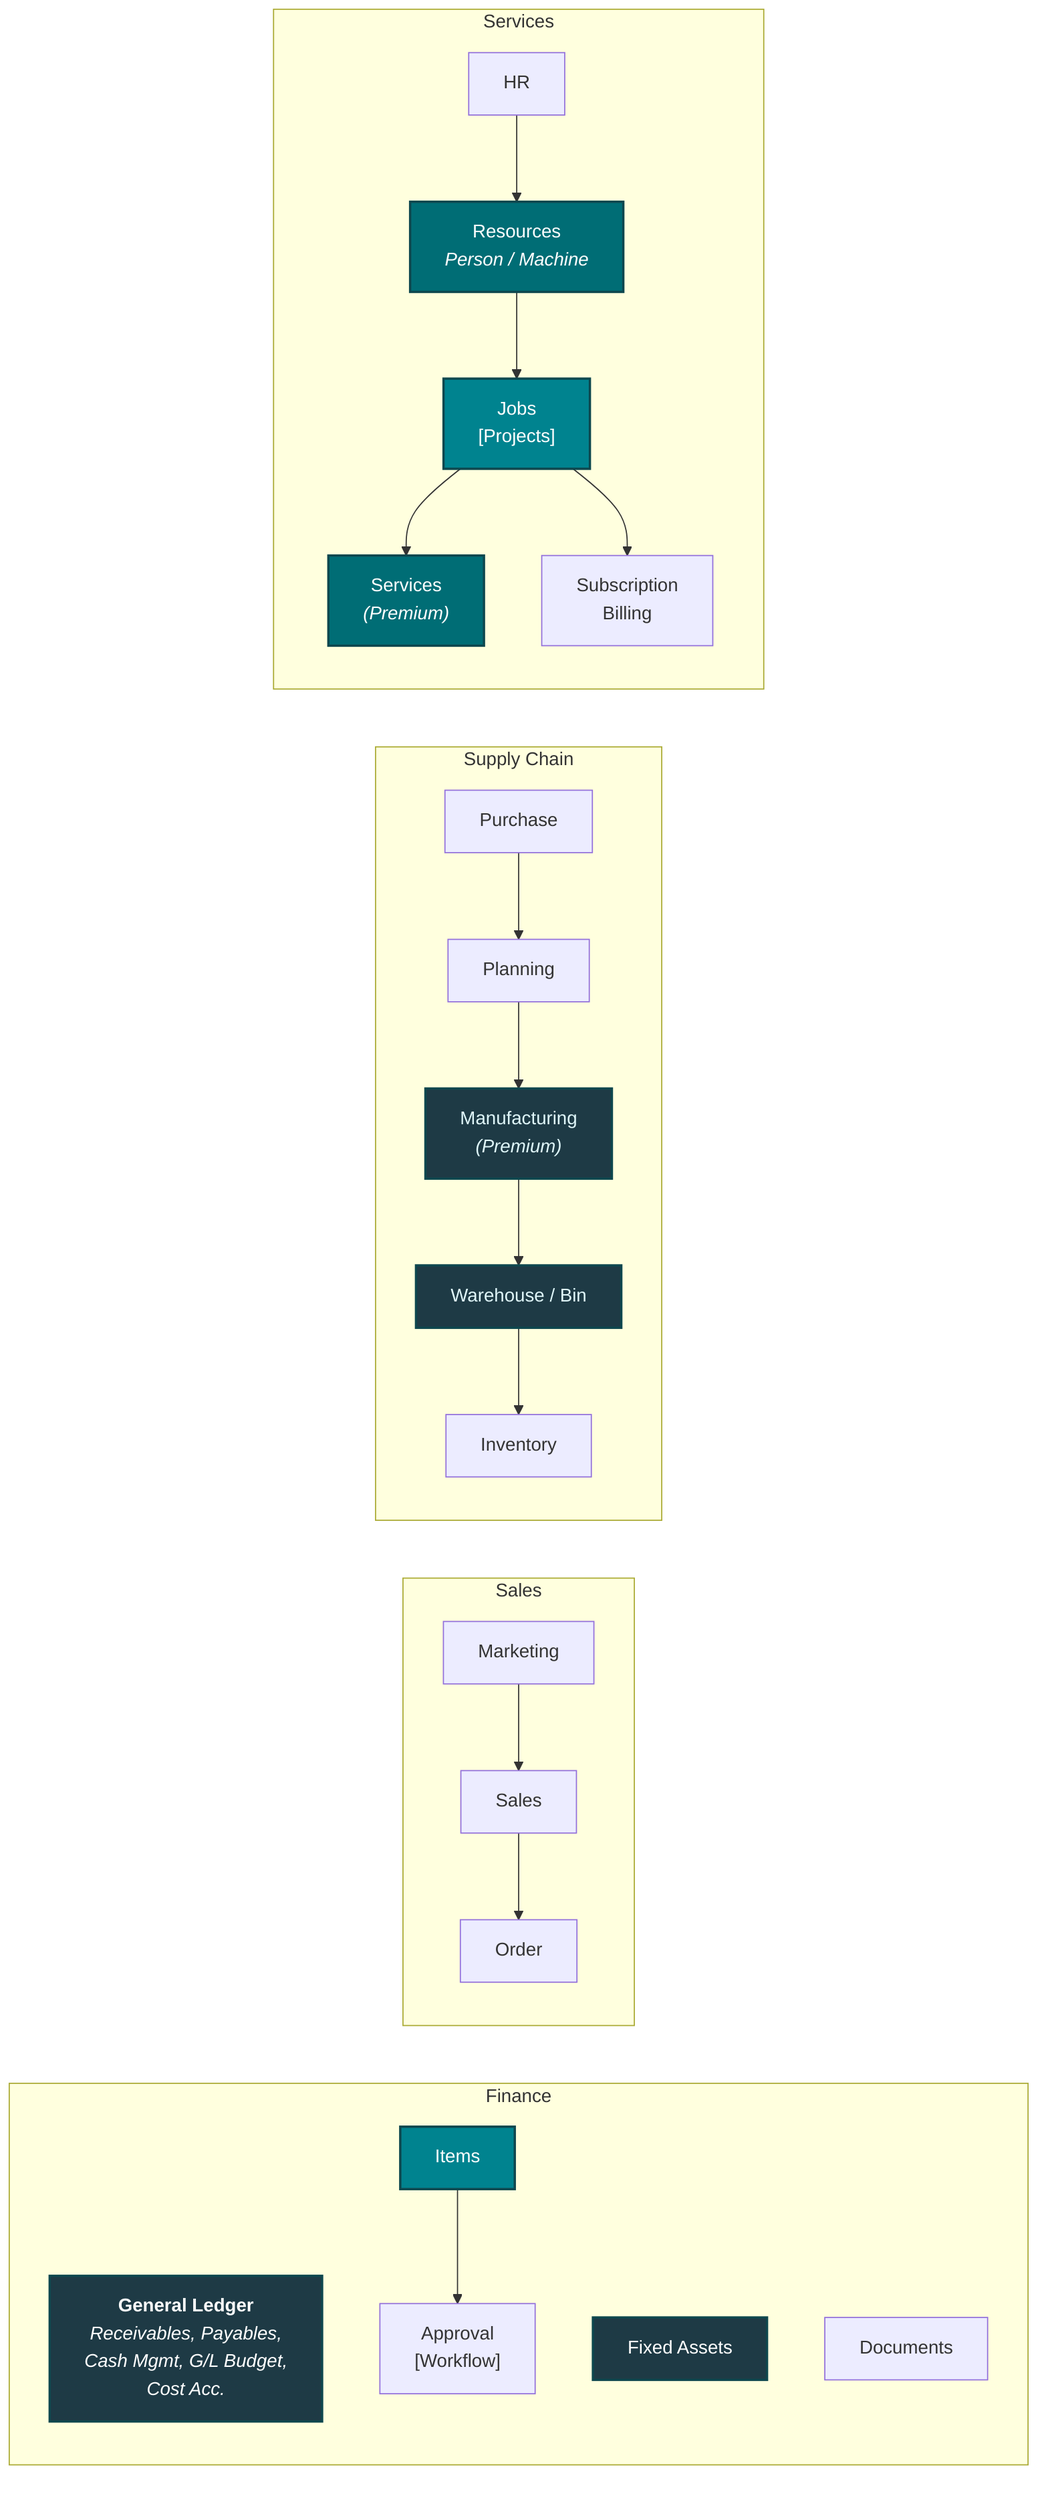
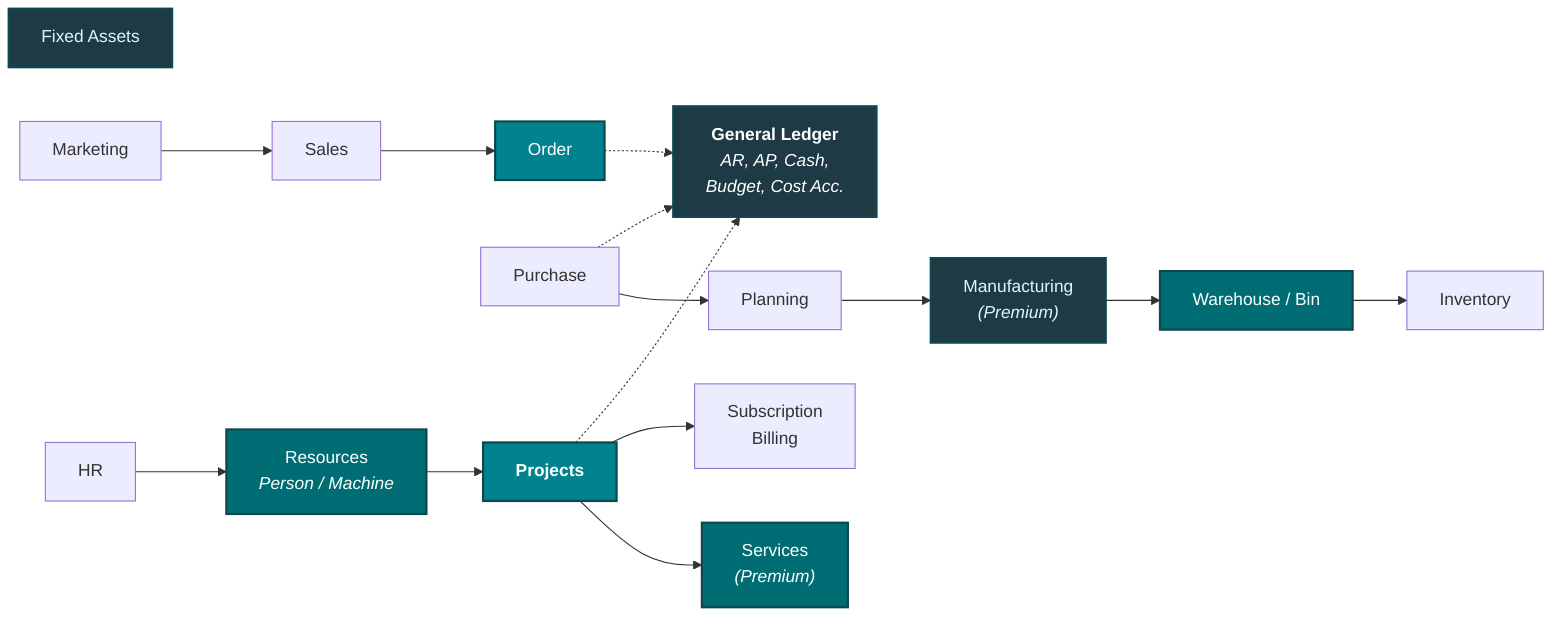
graph LR
-     subgraph Finance
-         GL["<b>General Ledger</b><br/><i>Receivables, Payables,<br/>Cash Mgmt, G/L Budget,<br/>Cost Acc.</i>"]
-         FA["Fixed Assets"]
-         DOC["Documents"]
-         ITEM["Items"]
-         APR["Approval<br/>[Workflow]"]
-     end
+     GL["<b>General Ledger</b><br/><i>AR, AP, Cash,<br/>Budget, Cost Acc.</i>"]
+     FA["Fixed Assets"]
+     MKT["Marketing"] --> SALES["Sales"] --> ORD["Order"]
+     PUR["Purchase"] --> PLAN["Planning"] --> MFG["Manufacturing<br/><i>(Premium)</i>"]
+     MFG --> WH["Warehouse / Bin"] --> INV_S["Inventory"]
+     HR["HR"] --> RES["Resources<br/><i>Person / Machine</i>"] --> PROJ["<b>Projects</b>"]
+     PROJ --> SVC["Services<br/><i>(Premium)</i>"]
+     PROJ --> SUB["Subscription<br/>Billing"]

-     subgraph Sales
-         MKT["Marketing"] --> SALES["Sales"] --> ORD["Order"]
-     end
- 
-     subgraph Supply Chain
-         PUR["Purchase"] --> PLAN["Planning"] --> MFG["Manufacturing<br/><i>(Premium)</i>"]
-         MFG --> WH["Warehouse / Bin"]
-         WH --> INV["Inventory"]
-     end
- 
-     subgraph Services
-         HR["HR"] --> RES["Resources<br/><i>Person / Machine</i>"]
-         RES --> PROJ["Jobs<br/>[Projects]"]
-         PROJ --> SVC["Services<br/><i>(Premium)</i>"]
-         PROJ --> SUB["Subscription<br/>Billing"]
-     end
- 
-     ITEM --> APR
+     ORD -.-> GL
+     PROJ -.-> GL
+     PUR -.-> GL

    style GL fill:#1E3A45,stroke:#0E474E,stroke-width:2px,color:#fff
-     style FA fill:#1E3A45,stroke:#0E474E,stroke-width:2px,color:#fff
+     style FA fill:#1E3A45,stroke:#0E474E,stroke-width:2px,color:#E0F7FA
    style PROJ fill:#00838F,stroke:#0E474E,stroke-width:2px,color:#fff
    style RES fill:#006D75,stroke:#0E474E,stroke-width:2px,color:#fff
-     style ITEM fill:#00838F,stroke:#0E474E,stroke-width:2px,color:#fff
+     style ORD fill:#00838F,stroke:#0E474E,stroke-width:2px,color:#fff
    style MFG fill:#1E3A45,stroke:#0E474E,stroke-width:2px,color:#E0F7FA
-     style WH fill:#1E3A45,stroke:#0E474E,stroke-width:2px,color:#E0F7FA
+     style WH fill:#006D75,stroke:#0E474E,stroke-width:2px,color:#fff
    style SVC fill:#006D75,stroke:#0E474E,stroke-width:2px,color:#fff
